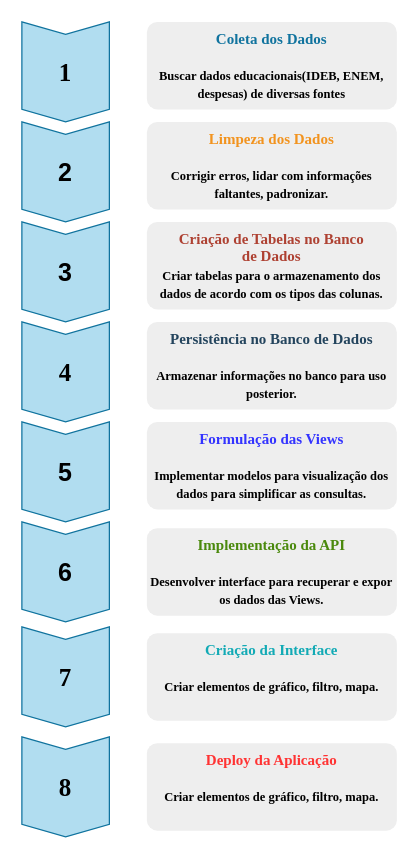
arturlbg/arturlbg keeps this draw.io diagram as Diagrama sem nome.drawio. Above is the earlier version. Source tidied: cells renumbered, new cells numbered last; positions are measured from the earlier drawing's top-left corner, leaving out a move shared by most shapes. Both pictures are drawn from the tidied source at 125%, with x=0, y=0 at pixel (21, 21).
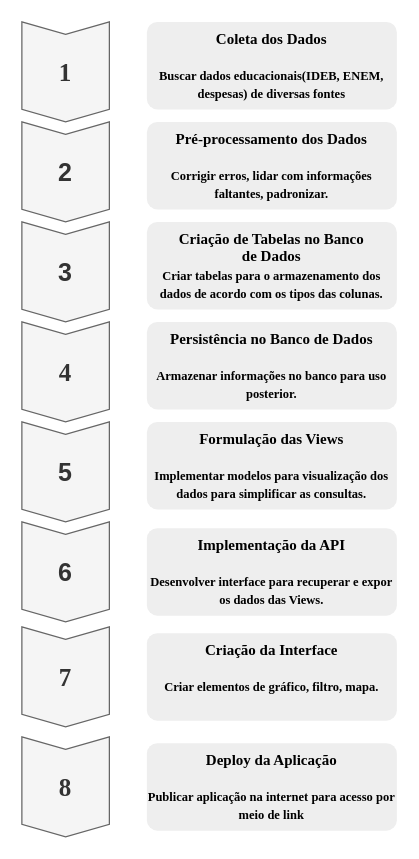
Above is the later version.

What changed in the source:
```diff
@@
 <mxGraphModel>
   <root>
     <mxCell id="0" />
     <mxCell id="1" parent="0" />
-    <mxCell id="2" value="&lt;font style=&quot;font-size: 20px;&quot; face=&quot;Times New Roman&quot;&gt;&lt;b style=&quot;&quot;&gt;1&lt;/b&gt;&lt;/font&gt;" style="shape=step;perimeter=stepPerimeter;whiteSpace=wrap;html=1;fixedSize=1;size=10;direction=south;fillColor=#b1ddf0;strokeColor=#10739e;rounded=0;" parent="1" vertex="1">
+    <mxCell id="2" value="&lt;font style=&quot;font-size: 20px;&quot; face=&quot;Times New Roman&quot;&gt;&lt;b style=&quot;&quot;&gt;1&lt;/b&gt;&lt;/font&gt;" style="shape=step;perimeter=stepPerimeter;whiteSpace=wrap;html=1;fixedSize=1;size=10;direction=south;fillColor=#f5f5f5;strokeColor=#666666;rounded=0;fontColor=#333333;" parent="1" vertex="1">
       <mxGeometry width="70" height="80" as="geometry" />
     </mxCell>
-    <mxCell id="3" value="&lt;font style=&quot;font-size: 20px;&quot;&gt;&lt;b&gt;2&lt;/b&gt;&lt;/font&gt;" style="shape=step;perimeter=stepPerimeter;whiteSpace=wrap;html=1;fixedSize=1;size=10;direction=south;fillColor=#b1ddf0;strokeColor=#10739e;rounded=0;" parent="1" vertex="1">
+    <mxCell id="3" value="&lt;font style=&quot;font-size: 20px;&quot;&gt;&lt;b&gt;2&lt;/b&gt;&lt;/font&gt;" style="shape=step;perimeter=stepPerimeter;whiteSpace=wrap;html=1;fixedSize=1;size=10;direction=south;fillColor=#f5f5f5;strokeColor=#666666;rounded=0;fontColor=#333333;" parent="1" vertex="1">
       <mxGeometry y="80" width="70" height="80" as="geometry" />
     </mxCell>
-    <mxCell id="4" value="&lt;b&gt;&lt;font style=&quot;font-size: 20px;&quot;&gt;3&lt;/font&gt;&lt;/b&gt;" style="shape=step;perimeter=stepPerimeter;whiteSpace=wrap;html=1;fixedSize=1;size=10;direction=south;fillColor=#b1ddf0;strokeColor=#10739e;rounded=0;" parent="1" vertex="1">
+    <mxCell id="4" value="&lt;b&gt;&lt;font style=&quot;font-size: 20px;&quot;&gt;3&lt;/font&gt;&lt;/b&gt;" style="shape=step;perimeter=stepPerimeter;whiteSpace=wrap;html=1;fixedSize=1;size=10;direction=south;fillColor=#f5f5f5;strokeColor=#666666;rounded=0;fontColor=#333333;" parent="1" vertex="1">
       <mxGeometry y="160" width="70" height="80" as="geometry" />
     </mxCell>
-    <mxCell id="5" value="&lt;font style=&quot;font-size: 20px;&quot; face=&quot;Times New Roman&quot;&gt;&lt;b&gt;4&lt;/b&gt;&lt;/font&gt;" style="shape=step;perimeter=stepPerimeter;whiteSpace=wrap;html=1;fixedSize=1;size=10;direction=south;fillColor=#b1ddf0;strokeColor=#10739e;rounded=0;" parent="1" vertex="1">
+    <mxCell id="5" value="&lt;font style=&quot;font-size: 20px;&quot; face=&quot;Times New Roman&quot;&gt;&lt;b&gt;4&lt;/b&gt;&lt;/font&gt;" style="shape=step;perimeter=stepPerimeter;whiteSpace=wrap;html=1;fixedSize=1;size=10;direction=south;fillColor=#f5f5f5;strokeColor=#666666;rounded=0;fontColor=#333333;" parent="1" vertex="1">
       <mxGeometry y="240" width="70" height="80" as="geometry" />
     </mxCell>
-    <mxCell id="6" value="&lt;b&gt;&lt;font style=&quot;font-size: 20px;&quot;&gt;5&lt;/font&gt;&lt;/b&gt;" style="shape=step;perimeter=stepPerimeter;whiteSpace=wrap;html=1;fixedSize=1;size=10;direction=south;fillColor=#b1ddf0;strokeColor=#10739e;rounded=0;" parent="1" vertex="1">
+    <mxCell id="6" value="&lt;b&gt;&lt;font style=&quot;font-size: 20px;&quot;&gt;5&lt;/font&gt;&lt;/b&gt;" style="shape=step;perimeter=stepPerimeter;whiteSpace=wrap;html=1;fixedSize=1;size=10;direction=south;fillColor=#f5f5f5;strokeColor=#666666;rounded=0;fontColor=#333333;" parent="1" vertex="1">
       <mxGeometry y="320" width="70" height="80" as="geometry" />
     </mxCell>
-    <mxCell id="7" value="&lt;font face=&quot;Times New Roman&quot; style=&quot;font-size: 10px&quot;&gt;&lt;b&gt;&lt;font style=&quot;font-size: 12px;&quot; color=&quot;#10739E&quot;&gt;Coleta dos Dados&lt;/font&gt;&lt;br&gt;&lt;br&gt;&lt;font size=&quot;1&quot;&gt;Buscar dados educacionais(IDEB, ENEM, despesas) de diversas fontes&lt;/font&gt;&lt;/b&gt;&lt;/font&gt;" style="rounded=1;strokeColor=none;fillColor=#EEEEEE;align=center;arcSize=12;verticalAlign=top;whiteSpace=wrap;html=1;fontSize=12;" parent="1" vertex="1">
+    <mxCell id="7" value="&lt;font face=&quot;Times New Roman&quot; style=&quot;font-size: 10px; color: rgb(0, 0, 0);&quot;&gt;&lt;b&gt;&lt;font style=&quot;font-size: 12px;&quot;&gt;Coleta dos Dados&lt;/font&gt;&lt;br&gt;&lt;br&gt;&lt;font size=&quot;1&quot;&gt;Buscar dados educacionais(IDEB, ENEM, despesas) de diversas fontes&lt;/font&gt;&lt;/b&gt;&lt;/font&gt;" style="rounded=1;strokeColor=none;fillColor=#EEEEEE;align=center;arcSize=12;verticalAlign=top;whiteSpace=wrap;html=1;fontSize=12;" parent="1" vertex="1">
       <mxGeometry x="100" width="200" height="70" as="geometry" />
     </mxCell>
-    <mxCell id="8" value="&lt;font face=&quot;Times New Roman&quot; style=&quot;font-size: 10px&quot;&gt;&lt;b&gt;&lt;font style=&quot;font-size: 12px;&quot; color=&quot;#F2931E&quot;&gt;Limpeza dos Dados&lt;/font&gt;&lt;br&gt;&lt;br&gt;&lt;font size=&quot;1&quot;&gt;Corrigir erros, lidar com informações faltantes, padronizar.&lt;/font&gt;&lt;/b&gt;&lt;/font&gt;" style="rounded=1;strokeColor=none;fillColor=#EEEEEE;align=center;arcSize=12;verticalAlign=top;whiteSpace=wrap;html=1;fontSize=12;" parent="1" vertex="1">
+    <mxCell id="8" value="&lt;font face=&quot;Times New Roman&quot; style=&quot;font-size: 10px; color: rgb(0, 0, 0);&quot;&gt;&lt;b&gt;&lt;font style=&quot;font-size: 12px;&quot;&gt;Pré-processamento dos Dados&lt;/font&gt;&lt;br&gt;&lt;br&gt;&lt;font size=&quot;1&quot;&gt;Corrigir erros, lidar com informações faltantes, padronizar.&lt;/font&gt;&lt;/b&gt;&lt;/font&gt;" style="rounded=1;strokeColor=none;fillColor=#EEEEEE;align=center;arcSize=12;verticalAlign=top;whiteSpace=wrap;html=1;fontSize=12;" parent="1" vertex="1">
       <mxGeometry x="100" y="80" width="200" height="70" as="geometry" />
     </mxCell>
-    <mxCell id="9" value="&lt;font style=&quot;&quot;&gt;&lt;font face=&quot;Times New Roman&quot; color=&quot;#ae4132&quot;&gt;&lt;b&gt;Criação de Tabelas no Banco&lt;/b&gt;&lt;/font&gt;&lt;/font&gt;&lt;div&gt;&lt;font face=&quot;Times New Roman&quot; color=&quot;#ae4132&quot;&gt;&lt;b&gt;de Dados&lt;/b&gt;&lt;/font&gt;&lt;div&gt;&lt;div&gt;&lt;font face=&quot;Times New Roman&quot; style=&quot;&quot;&gt;&lt;span style=&quot;font-size: x-small;&quot;&gt;&lt;b&gt;Criar tabelas para o armazenamento dos dados de acordo com os tipos das colunas.&lt;/b&gt;&lt;/span&gt;&lt;/font&gt;&lt;/div&gt;&lt;/div&gt;&lt;/div&gt;" style="rounded=1;strokeColor=none;fillColor=#EEEEEE;align=center;arcSize=12;verticalAlign=top;whiteSpace=wrap;html=1;fontSize=12;" parent="1" vertex="1">
+    <mxCell id="9" value="&lt;font style=&quot;&quot;&gt;&lt;font style=&quot;color: rgb(0, 0, 0);&quot; face=&quot;Times New Roman&quot;&gt;&lt;b style=&quot;&quot;&gt;Criação de Tabelas no Banco&lt;/b&gt;&lt;/font&gt;&lt;/font&gt;&lt;div&gt;&lt;font style=&quot;color: rgb(0, 0, 0);&quot; face=&quot;Times New Roman&quot;&gt;&lt;b&gt;de Dados&lt;/b&gt;&lt;/font&gt;&lt;div&gt;&lt;div&gt;&lt;font face=&quot;Times New Roman&quot; style=&quot;color: rgb(0, 0, 0);&quot;&gt;&lt;span style=&quot;font-size: x-small;&quot;&gt;&lt;b&gt;Criar tabelas para o armazenamento dos dados de acordo com os tipos das colunas.&lt;/b&gt;&lt;/span&gt;&lt;/font&gt;&lt;/div&gt;&lt;/div&gt;&lt;/div&gt;" style="rounded=1;strokeColor=none;fillColor=#EEEEEE;align=center;arcSize=12;verticalAlign=top;whiteSpace=wrap;html=1;fontSize=12;" parent="1" vertex="1">
       <mxGeometry x="100" y="160" width="200" height="70" as="geometry" />
     </mxCell>
-    <mxCell id="10" value="&lt;font face=&quot;Times New Roman&quot; style=&quot;font-size: 10px&quot;&gt;&lt;b&gt;&lt;font style=&quot;font-size: 12px;&quot; color=&quot;#23445D&quot;&gt;Persistência no Banco de Dados&lt;/font&gt;&lt;br&gt;&lt;br&gt;&lt;font size=&quot;1&quot;&gt;Armazenar informações no banco para uso posterior.&lt;/font&gt;&lt;/b&gt;&lt;/font&gt;" style="rounded=1;strokeColor=none;fillColor=#EEEEEE;align=center;arcSize=12;verticalAlign=top;whiteSpace=wrap;html=1;fontSize=12;" parent="1" vertex="1">
+    <mxCell id="10" value="&lt;font face=&quot;Times New Roman&quot; style=&quot;font-size: 10px; color: rgb(0, 0, 0);&quot;&gt;&lt;b&gt;&lt;font style=&quot;font-size: 12px;&quot;&gt;Persistência no Banco de Dados&lt;/font&gt;&lt;br&gt;&lt;br&gt;&lt;font size=&quot;1&quot;&gt;Armazenar informações no banco para uso posterior.&lt;/font&gt;&lt;/b&gt;&lt;/font&gt;" style="rounded=1;strokeColor=none;fillColor=#EEEEEE;align=center;arcSize=12;verticalAlign=top;whiteSpace=wrap;html=1;fontSize=12;" parent="1" vertex="1">
       <mxGeometry x="100" y="240" width="200" height="70" as="geometry" />
     </mxCell>
-    <mxCell id="11" value="&lt;font face=&quot;Times New Roman&quot; style=&quot;&quot;&gt;&lt;b&gt;&lt;font style=&quot;color: rgb(51, 51, 255);&quot;&gt;&lt;font style=&quot;font-size: 12px;&quot;&gt;Formulação das Views&lt;/font&gt;&lt;br&gt;&lt;/font&gt;&lt;br&gt;&lt;font size=&quot;1&quot;&gt;Implementar modelos para visualização dos dados para simplificar as consultas.&lt;/font&gt;&lt;/b&gt;&lt;/font&gt;" style="rounded=1;strokeColor=none;fillColor=#EEEEEE;align=center;arcSize=12;verticalAlign=top;whiteSpace=wrap;html=1;fontSize=12;" parent="1" vertex="1">
+    <mxCell id="11" value="&lt;font face=&quot;Times New Roman&quot; style=&quot;color: rgb(0, 0, 0);&quot;&gt;&lt;b&gt;&lt;font&gt;&lt;font style=&quot;font-size: 12px;&quot;&gt;Formulação das Views&lt;/font&gt;&lt;br&gt;&lt;/font&gt;&lt;br&gt;&lt;font size=&quot;1&quot;&gt;Implementar modelos para visualização dos dados para simplificar as consultas.&lt;/font&gt;&lt;/b&gt;&lt;/font&gt;" style="rounded=1;strokeColor=none;fillColor=#EEEEEE;align=center;arcSize=12;verticalAlign=top;whiteSpace=wrap;html=1;fontSize=12;" parent="1" vertex="1">
       <mxGeometry x="100" y="320" width="200" height="70" as="geometry" />
     </mxCell>
-    <mxCell id="12" value="&lt;font style=&quot;font-size: 20px;&quot;&gt;&lt;b&gt;6&lt;/b&gt;&lt;/font&gt;" style="shape=step;perimeter=stepPerimeter;whiteSpace=wrap;html=1;fixedSize=1;size=10;direction=south;fillColor=#b1ddf0;strokeColor=#10739e;rounded=0;" parent="1" vertex="1">
+    <mxCell id="12" value="&lt;font style=&quot;font-size: 20px;&quot;&gt;&lt;b&gt;6&lt;/b&gt;&lt;/font&gt;" style="shape=step;perimeter=stepPerimeter;whiteSpace=wrap;html=1;fixedSize=1;size=10;direction=south;fillColor=#f5f5f5;strokeColor=#666666;rounded=0;fontColor=#333333;" parent="1" vertex="1">
       <mxGeometry y="400" width="70" height="80" as="geometry" />
     </mxCell>
-    <mxCell id="13" value="&lt;font face=&quot;Times New Roman&quot; style=&quot;&quot;&gt;&lt;b&gt;&lt;font style=&quot;font-size: 10px;&quot;&gt;&lt;font style=&quot;font-size: 12px; color: light-dark(rgb(74, 137, 12), rgb(74, 137, 12));&quot;&gt;Implementação da API&lt;/font&gt;&lt;br&gt;&lt;/font&gt;&lt;br&gt;&lt;font size=&quot;1&quot;&gt;Desenvolver interface para recuperar e expor os dados das Views.&lt;/font&gt;&lt;/b&gt;&lt;/font&gt;" style="rounded=1;strokeColor=none;fillColor=#EEEEEE;align=center;arcSize=12;verticalAlign=top;whiteSpace=wrap;html=1;fontSize=12;" parent="1" vertex="1">
+    <mxCell id="13" value="&lt;font face=&quot;Times New Roman&quot; style=&quot;color: rgb(0, 0, 0);&quot;&gt;&lt;b&gt;&lt;font style=&quot;font-size: 10px;&quot;&gt;&lt;font style=&quot;font-size: 12px;&quot;&gt;Implementação da API&lt;/font&gt;&lt;br&gt;&lt;/font&gt;&lt;br&gt;&lt;font size=&quot;1&quot;&gt;Desenvolver interface para recuperar e expor os dados das Views.&lt;/font&gt;&lt;/b&gt;&lt;/font&gt;" style="rounded=1;strokeColor=none;fillColor=#EEEEEE;align=center;arcSize=12;verticalAlign=top;whiteSpace=wrap;html=1;fontSize=12;" parent="1" vertex="1">
       <mxGeometry x="100" y="405" width="200" height="70" as="geometry" />
     </mxCell>
-    <mxCell id="14" value="&lt;font style=&quot;font-size: 20px;&quot; face=&quot;Times New Roman&quot;&gt;&lt;b&gt;7&lt;/b&gt;&lt;/font&gt;" style="shape=step;perimeter=stepPerimeter;whiteSpace=wrap;html=1;fixedSize=1;size=10;direction=south;fillColor=#b1ddf0;strokeColor=#10739e;rounded=0;" parent="1" vertex="1">
+    <mxCell id="14" value="&lt;font style=&quot;font-size: 20px;&quot; face=&quot;Times New Roman&quot;&gt;&lt;b&gt;7&lt;/b&gt;&lt;/font&gt;" style="shape=step;perimeter=stepPerimeter;whiteSpace=wrap;html=1;fixedSize=1;size=10;direction=south;fillColor=#f5f5f5;strokeColor=#666666;rounded=0;fontColor=#333333;" parent="1" vertex="1">
       <mxGeometry y="484" width="70" height="80" as="geometry" />
     </mxCell>
-    <mxCell id="15" value="&lt;font face=&quot;Times New Roman&quot; style=&quot;font-size: 10px&quot;&gt;&lt;b&gt;&lt;font style=&quot;font-size: 12px;&quot; color=&quot;#12AAB5&quot;&gt;Criação da Interface&lt;/font&gt;&lt;br&gt;&lt;br&gt;&lt;font size=&quot;1&quot;&gt;Criar elementos de gráfico, filtro, mapa.&lt;/font&gt;&lt;/b&gt;&lt;/font&gt;" style="rounded=1;strokeColor=none;fillColor=#EEEEEE;align=center;arcSize=12;verticalAlign=top;whiteSpace=wrap;html=1;fontSize=12;" parent="1" vertex="1">
+    <mxCell id="15" value="&lt;font face=&quot;Times New Roman&quot; style=&quot;font-size: 10px; color: rgb(0, 0, 0);&quot;&gt;&lt;b&gt;&lt;font style=&quot;font-size: 12px;&quot;&gt;Criação da Interface&lt;/font&gt;&lt;br&gt;&lt;br&gt;&lt;font size=&quot;1&quot;&gt;Criar elementos de gráfico, filtro, mapa.&lt;/font&gt;&lt;/b&gt;&lt;/font&gt;" style="rounded=1;strokeColor=none;fillColor=#EEEEEE;align=center;arcSize=12;verticalAlign=top;whiteSpace=wrap;html=1;fontSize=12;" parent="1" vertex="1">
       <mxGeometry x="100" y="489" width="200" height="70" as="geometry" />
     </mxCell>
-    <mxCell id="16" value="&lt;font style=&quot;font-size: 20px;&quot; face=&quot;Times New Roman&quot;&gt;&lt;b&gt;8&lt;/b&gt;&lt;/font&gt;" style="shape=step;perimeter=stepPerimeter;whiteSpace=wrap;html=1;fixedSize=1;size=10;direction=south;fillColor=#b1ddf0;strokeColor=#10739e;rounded=0;" parent="1" vertex="1">
+    <mxCell id="16" value="&lt;font style=&quot;font-size: 20px;&quot; face=&quot;Times New Roman&quot;&gt;&lt;b&gt;8&lt;/b&gt;&lt;/font&gt;" style="shape=step;perimeter=stepPerimeter;whiteSpace=wrap;html=1;fixedSize=1;size=10;direction=south;fillColor=#f5f5f5;strokeColor=#666666;rounded=0;fontColor=#333333;" parent="1" vertex="1">
       <mxGeometry y="572" width="70" height="80" as="geometry" />
     </mxCell>
-    <mxCell id="17" value="&lt;font face=&quot;Times New Roman&quot; style=&quot;font-size: 10px&quot;&gt;&lt;b&gt;&lt;font style=&quot;font-size: 12px; color: rgb(255, 51, 51);&quot;&gt;Deploy da Aplicação&lt;/font&gt;&lt;br&gt;&lt;br&gt;&lt;font size=&quot;1&quot;&gt;Criar elementos de gráfico, filtro, mapa.&lt;/font&gt;&lt;/b&gt;&lt;/font&gt;" style="rounded=1;strokeColor=none;fillColor=#EEEEEE;align=center;arcSize=12;verticalAlign=top;whiteSpace=wrap;html=1;fontSize=12;" parent="1" vertex="1">
+    <mxCell id="17" value="&lt;font face=&quot;Times New Roman&quot; style=&quot;color: rgb(0, 0, 0);&quot;&gt;&lt;font style=&quot;color: light-dark(rgb(0, 0, 0), rgb(237, 237, 237)); font-size: 12px; font-weight: bold;&quot;&gt;Deploy da Aplicação&lt;/font&gt;&lt;br&gt;&lt;br&gt;&lt;font size=&quot;1&quot;&gt;&lt;b&gt;Publicar aplicação na internet para acesso por meio de link&lt;/b&gt;&lt;/font&gt;&lt;/font&gt;" style="rounded=1;strokeColor=none;fillColor=#EEEEEE;align=center;arcSize=12;verticalAlign=top;whiteSpace=wrap;html=1;fontSize=12;" parent="1" vertex="1">
       <mxGeometry x="100" y="577" width="200" height="70" as="geometry" />
     </mxCell>
   </root>
 </mxGraphModel>
```
